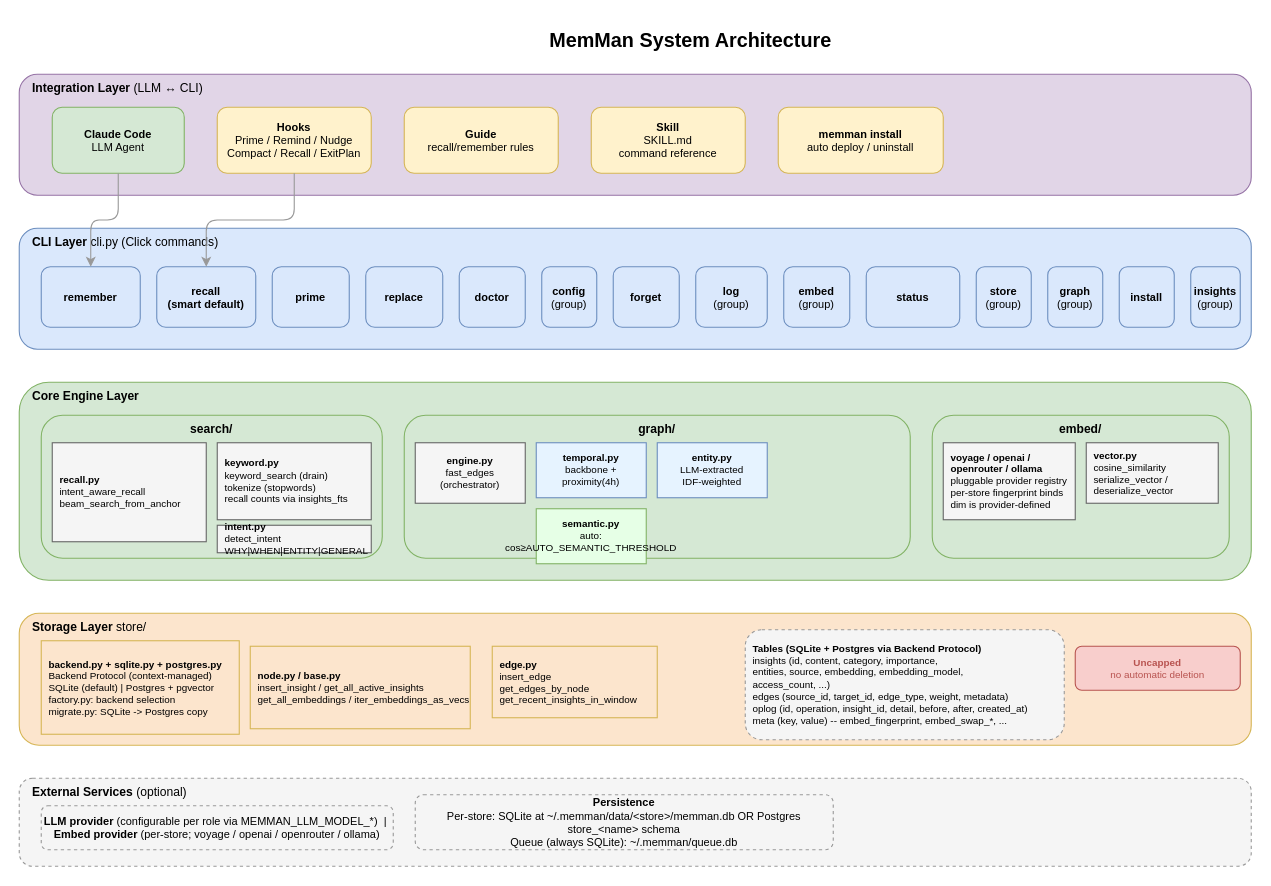
The draw.io diagram docs/diagrams/01-system-architecture.drawio in bissli/memman, before the edit. Source tidied: cells renumbered, new cells numbered last; positions are measured from the earlier drawing's top-left corner, leaving out a move shared by most shapes. Both pictures are drawn from the tidied source at 110%, with x=0, y=0 at pixel (19, 19).
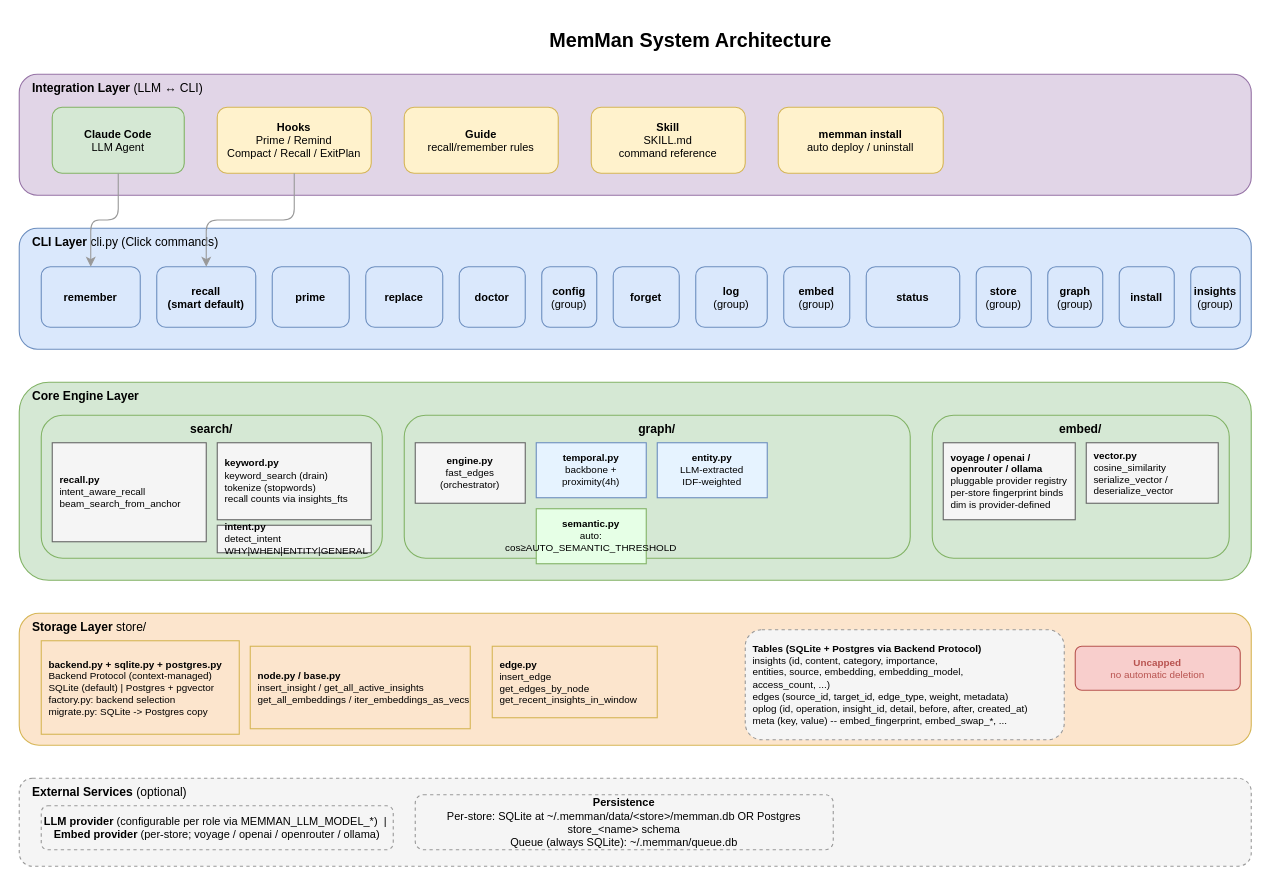
The same diagram, later.

What changed in the source:
```diff
@@
-    <mxCell id="5" value="&lt;b&gt;Hooks&lt;/b&gt;&lt;br&gt;Prime / Remind / Nudge&lt;br&gt;Compact / Recall / ExitPlan" style="rounded=1;whiteSpace=wrap;html=1;fillColor=#fff2cc;strokeColor=#d6b656;fontSize=10;" parent="1" vertex="1">
+    <mxCell id="5" value="&lt;b&gt;Hooks&lt;/b&gt;&lt;br&gt;Prime / Remind&lt;br&gt;Compact / Recall / ExitPlan" style="rounded=1;whiteSpace=wrap;html=1;fillColor=#fff2cc;strokeColor=#d6b656;fontSize=10;" parent="1" vertex="1">
       <mxGeometry x="180" y="80" width="140" height="60" as="geometry" />
     </mxCell>
```
